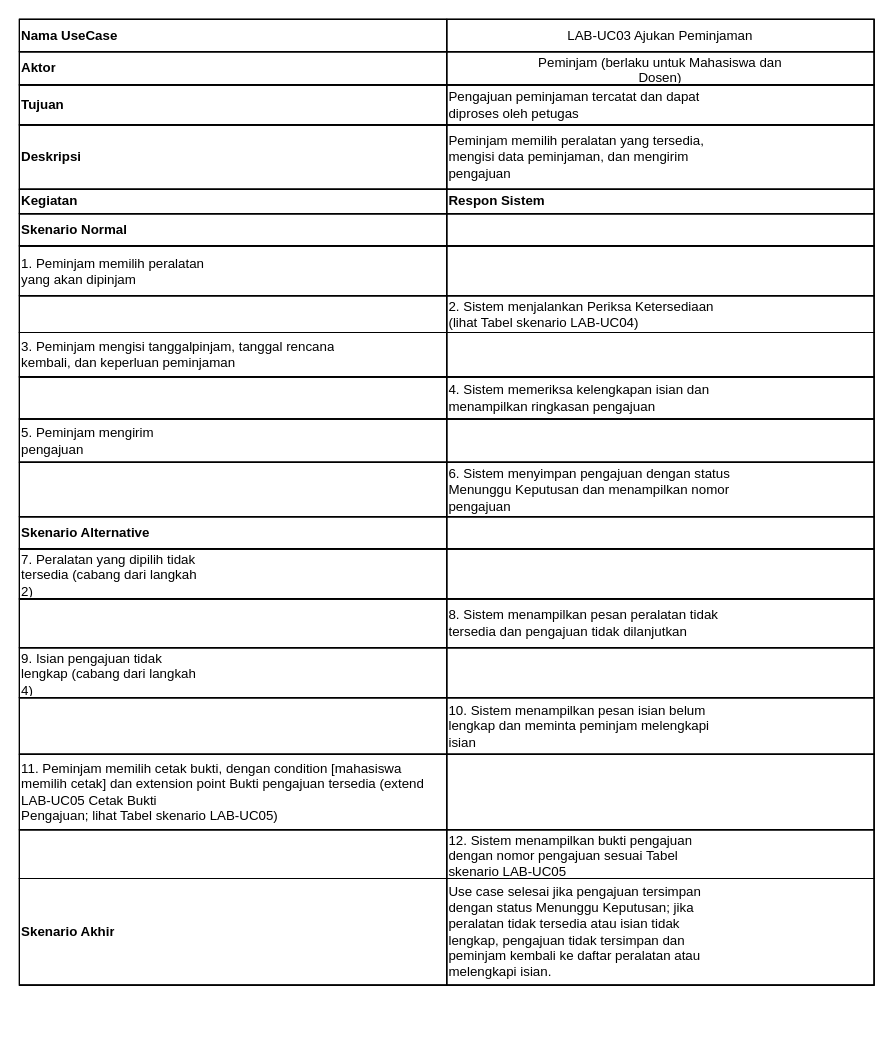
Above: page "LAB-UC03 Ajukan Peminjaman" (1 of 12) of 04_model_analisis/P05/LAB/P05_2406098_LAB_skenario_v01.drawio in 2406098-naza/IFRWP5149_2406098_LabAlat (draw.io), before the change. Source tidied: cells renumbered, new cells numbered last; positions are measured from the earlier drawing's top-left corner, leaving out a move shared by most shapes. Both pictures are drawn from the tidied source at 111%, with x=0, y=0 at pixel (19, 19).
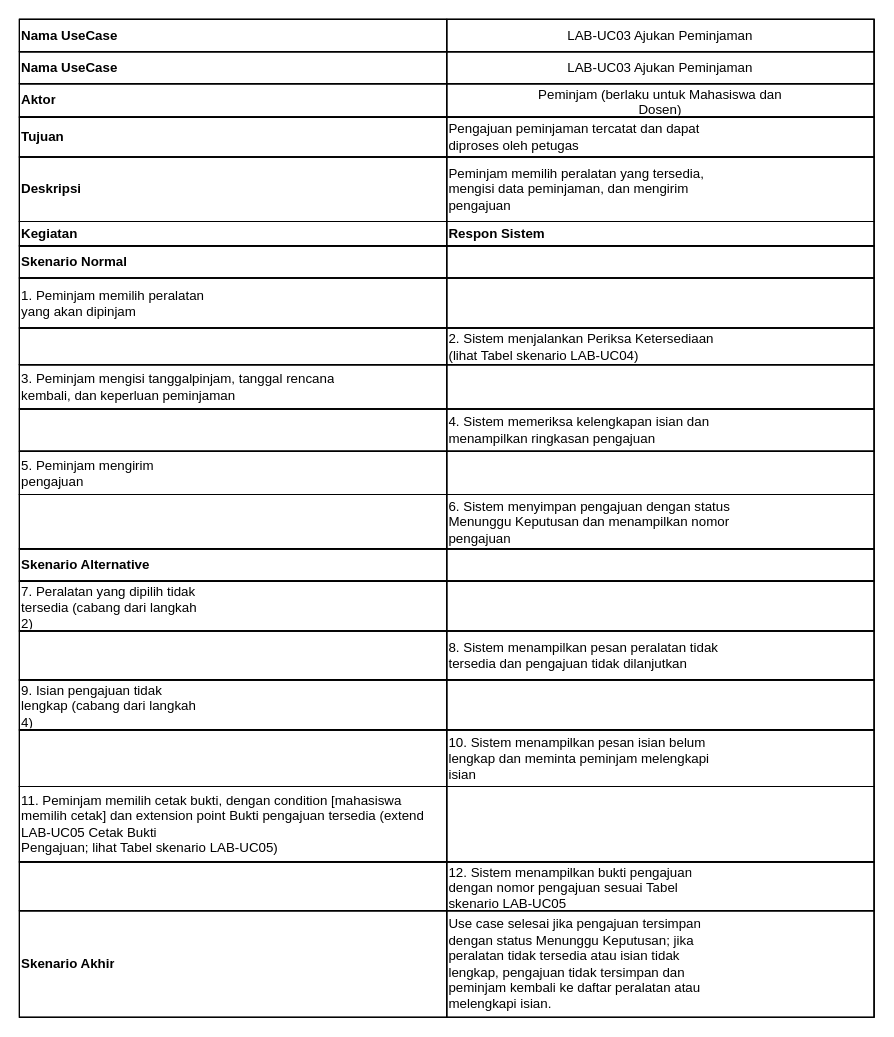
After the change.

Commit message (it also covers changes not shown here):
Pertemuan 05_Skenario Use Case

The edit, as a diff of the source:
```diff
@@
     <mxCell id="2" style="shape=table;startSize=0;childLayout=tableLayout;fixedHeader=1;tableRender=collapsed;" parent="1" vertex="1">
-      <mxGeometry width="770" height="870" as="geometry" />
+      <mxGeometry width="770" height="899" as="geometry" />
     </mxCell>
+    <mxCell id="63" style="shape=tableRow;horizontal=0;startSize=0;swimlaneHead=0;swimlaneBody=0;strokeColor=inherit;fillColor=none;fixedHeader=1;" parent="2" vertex="1">
+      <mxGeometry width="770" height="29" as="geometry" />
+    </mxCell>
+    <mxCell id="64" value="&lt;b&gt;Nama UseCase&lt;/b&gt;" style="shape=partialRectangle;html=1;whiteSpace=wrap;strokeColor=inherit;overflow=hidden;fillColor=none;align=left;" parent="63" vertex="1">
+      <mxGeometry width="385" height="29" as="geometry" />
+    </mxCell>
+    <mxCell id="65" value=" LAB-UC03 Ajukan Peminjaman" style="shape=partialRectangle;html=1;whiteSpace=wrap;strokeColor=inherit;overflow=hidden;fillColor=none;" parent="63" vertex="1">
+      <mxGeometry x="385" width="385" height="29" as="geometry" />
+    </mxCell>
     <mxCell id="3" style="shape=tableRow;horizontal=0;startSize=0;swimlaneHead=0;swimlaneBody=0;strokeColor=inherit;fillColor=none;fixedHeader=1;" parent="2" vertex="1">
-      <mxGeometry width="770" height="29" as="geometry" />
+      <mxGeometry y="29" width="770" height="29" as="geometry" />
     </mxCell>
@@
     <mxCell id="6" style="shape=tableRow;horizontal=0;startSize=0;swimlaneHead=0;swimlaneBody=0;strokeColor=inherit;fillColor=none;fixedHeader=1;" parent="2" vertex="1">
-      <mxGeometry y="29" width="770" height="30" as="geometry" />
+      <mxGeometry y="58" width="770" height="30" as="geometry" />
     </mxCell>
@@
     <mxCell id="9" style="shape=tableRow;horizontal=0;startSize=0;swimlaneHead=0;swimlaneBody=0;strokeColor=inherit;fillColor=none;fixedHeader=1;" parent="2" vertex="1">
-      <mxGeometry y="59" width="770" height="36" as="geometry" />
+      <mxGeometry y="88" width="770" height="36" as="geometry" />
     </mxCell>
@@
     <mxCell id="12" style="shape=tableRow;horizontal=0;startSize=0;swimlaneHead=0;swimlaneBody=0;strokeColor=inherit;fillColor=none;fixedHeader=1;" parent="2" vertex="1">
-      <mxGeometry y="95" width="770" height="58" as="geometry" />
+      <mxGeometry y="124" width="770" height="58" as="geometry" />
     </mxCell>
@@
     <mxCell id="15" style="shape=tableRow;horizontal=0;startSize=0;swimlaneHead=0;swimlaneBody=0;strokeColor=inherit;fillColor=none;fixedHeader=1;" parent="2" vertex="1">
-      <mxGeometry y="153" width="770" height="22" as="geometry" />
+      <mxGeometry y="182" width="770" height="22" as="geometry" />
     </mxCell>
@@
     <mxCell id="18" style="shape=tableRow;horizontal=0;startSize=0;swimlaneHead=0;swimlaneBody=0;strokeColor=inherit;fillColor=none;fixedHeader=1;" parent="2" vertex="1">
-      <mxGeometry y="175" width="770" height="29" as="geometry" />
+      <mxGeometry y="204" width="770" height="29" as="geometry" />
     </mxCell>
@@
     <mxCell id="21" style="shape=tableRow;horizontal=0;startSize=0;swimlaneHead=0;swimlaneBody=0;strokeColor=inherit;fillColor=none;fixedHeader=1;" parent="2" vertex="1">
-      <mxGeometry y="204" width="770" height="45" as="geometry" />
+      <mxGeometry y="233" width="770" height="45" as="geometry" />
     </mxCell>
@@
     <mxCell id="24" style="shape=tableRow;horizontal=0;startSize=0;swimlaneHead=0;swimlaneBody=0;strokeColor=inherit;fillColor=none;fixedHeader=1;" parent="2" vertex="1">
-      <mxGeometry y="249" width="770" height="33" as="geometry" />
+      <mxGeometry y="278" width="770" height="33" as="geometry" />
     </mxCell>
@@
     <mxCell id="27" style="shape=tableRow;horizontal=0;startSize=0;swimlaneHead=0;swimlaneBody=0;strokeColor=inherit;fillColor=none;fixedHeader=1;" parent="2" vertex="1">
-      <mxGeometry y="282" width="770" height="40" as="geometry" />
+      <mxGeometry y="311" width="770" height="40" as="geometry" />
     </mxCell>
@@
     <mxCell id="30" style="shape=tableRow;horizontal=0;startSize=0;swimlaneHead=0;swimlaneBody=0;strokeColor=inherit;fillColor=none;fixedHeader=1;" parent="2" vertex="1">
-      <mxGeometry y="322" width="770" height="38" as="geometry" />
+      <mxGeometry y="351" width="770" height="38" as="geometry" />
     </mxCell>
@@
     <mxCell id="33" style="shape=tableRow;horizontal=0;startSize=0;swimlaneHead=0;swimlaneBody=0;strokeColor=inherit;fillColor=none;fixedHeader=1;" parent="2" vertex="1">
-      <mxGeometry y="360" width="770" height="39" as="geometry" />
+      <mxGeometry y="389" width="770" height="39" as="geometry" />
     </mxCell>
@@
     <mxCell id="36" style="shape=tableRow;horizontal=0;startSize=0;swimlaneHead=0;swimlaneBody=0;strokeColor=inherit;fillColor=none;fixedHeader=1;" parent="2" vertex="1">
-      <mxGeometry y="399" width="770" height="49" as="geometry" />
+      <mxGeometry y="428" width="770" height="49" as="geometry" />
     </mxCell>
@@
     <mxCell id="39" style="shape=tableRow;horizontal=0;startSize=0;swimlaneHead=0;swimlaneBody=0;strokeColor=inherit;fillColor=none;fixedHeader=1;" parent="2" vertex="1">
-      <mxGeometry y="448" width="770" height="29" as="geometry" />
+      <mxGeometry y="477" width="770" height="29" as="geometry" />
     </mxCell>
@@
     <mxCell id="42" style="shape=tableRow;horizontal=0;startSize=0;swimlaneHead=0;swimlaneBody=0;strokeColor=inherit;fillColor=none;fixedHeader=1;" parent="2" vertex="1">
-      <mxGeometry y="477" width="770" height="45" as="geometry" />
+      <mxGeometry y="506" width="770" height="45" as="geometry" />
     </mxCell>
@@
     <mxCell id="45" style="shape=tableRow;horizontal=0;startSize=0;swimlaneHead=0;swimlaneBody=0;strokeColor=inherit;fillColor=none;fixedHeader=1;" parent="2" vertex="1">
-      <mxGeometry y="522" width="770" height="44" as="geometry" />
+      <mxGeometry y="551" width="770" height="44" as="geometry" />
     </mxCell>
@@
     <mxCell id="48" style="shape=tableRow;horizontal=0;startSize=0;swimlaneHead=0;swimlaneBody=0;strokeColor=inherit;fillColor=none;fixedHeader=1;" parent="2" vertex="1">
-      <mxGeometry y="566" width="770" height="45" as="geometry" />
+      <mxGeometry y="595" width="770" height="45" as="geometry" />
     </mxCell>
@@
     <mxCell id="51" style="shape=tableRow;horizontal=0;startSize=0;swimlaneHead=0;swimlaneBody=0;strokeColor=inherit;fillColor=none;fixedHeader=1;" parent="2" vertex="1">
-      <mxGeometry y="611" width="770" height="51" as="geometry" />
+      <mxGeometry y="640" width="770" height="51" as="geometry" />
     </mxCell>
@@
     <mxCell id="54" style="shape=tableRow;horizontal=0;startSize=0;swimlaneHead=0;swimlaneBody=0;strokeColor=inherit;fillColor=none;fixedHeader=1;" parent="2" vertex="1">
-      <mxGeometry y="662" width="770" height="68" as="geometry" />
+      <mxGeometry y="691" width="770" height="68" as="geometry" />
     </mxCell>
@@
     <mxCell id="57" style="shape=tableRow;horizontal=0;startSize=0;swimlaneHead=0;swimlaneBody=0;strokeColor=inherit;fillColor=none;fixedHeader=1;" parent="2" vertex="1">
-      <mxGeometry y="730" width="770" height="44" as="geometry" />
+      <mxGeometry y="759" width="770" height="44" as="geometry" />
     </mxCell>
@@
     <mxCell id="60" style="shape=tableRow;horizontal=0;startSize=0;swimlaneHead=0;swimlaneBody=0;strokeColor=inherit;fillColor=none;fixedHeader=1;" parent="2" vertex="1">
-      <mxGeometry y="774" width="770" height="96" as="geometry" />
+      <mxGeometry y="803" width="770" height="96" as="geometry" />
     </mxCell>
```
